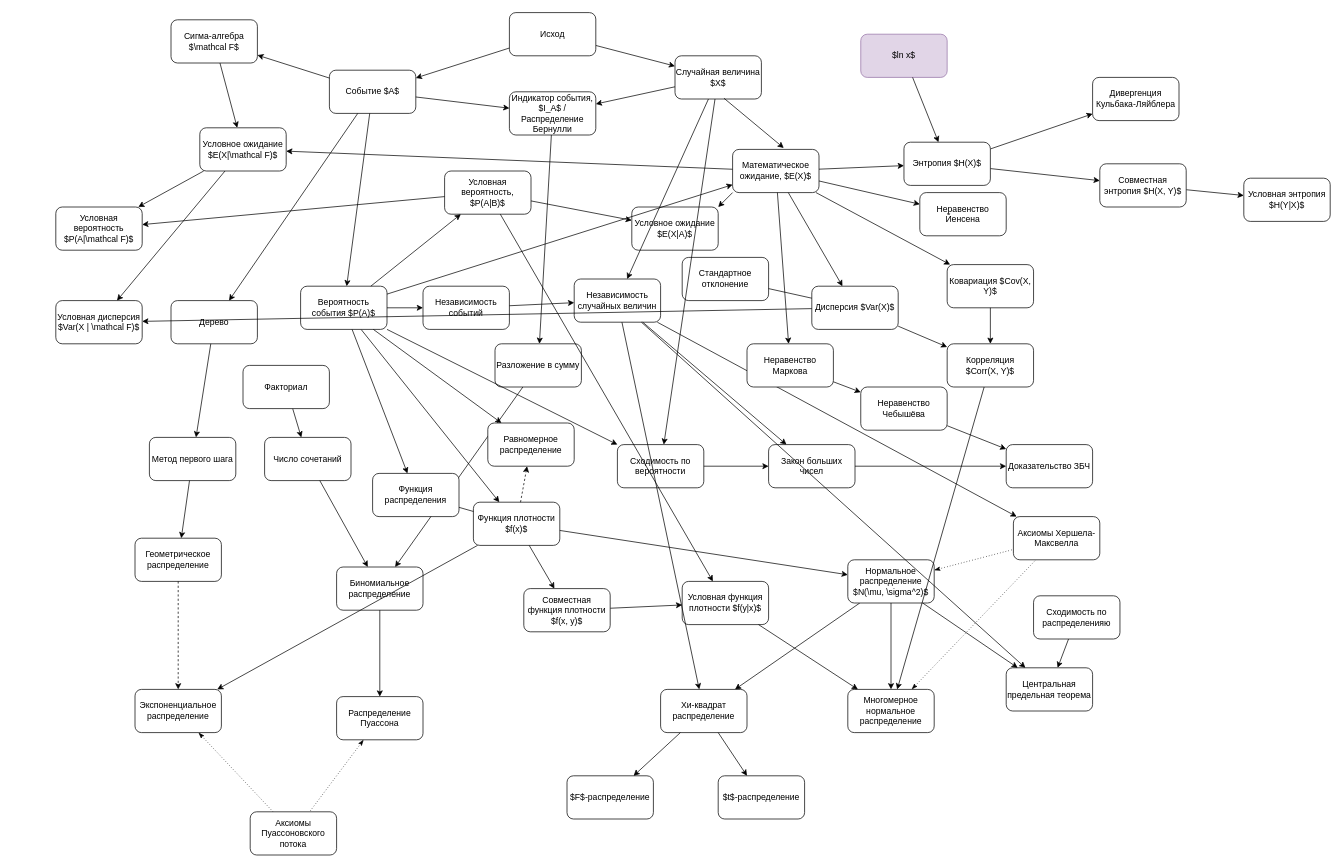
The draw.io diagram probability_map.drawio in bdemeshev/probability_map, before the edit. Source tidied: cells renumbered, new cells numbered last; positions are measured from the earlier drawing's top-left corner, leaving out a move shared by most shapes. Both pictures are drawn from the tidied source at 72%, with x=0, y=0 at pixel (55, 12).
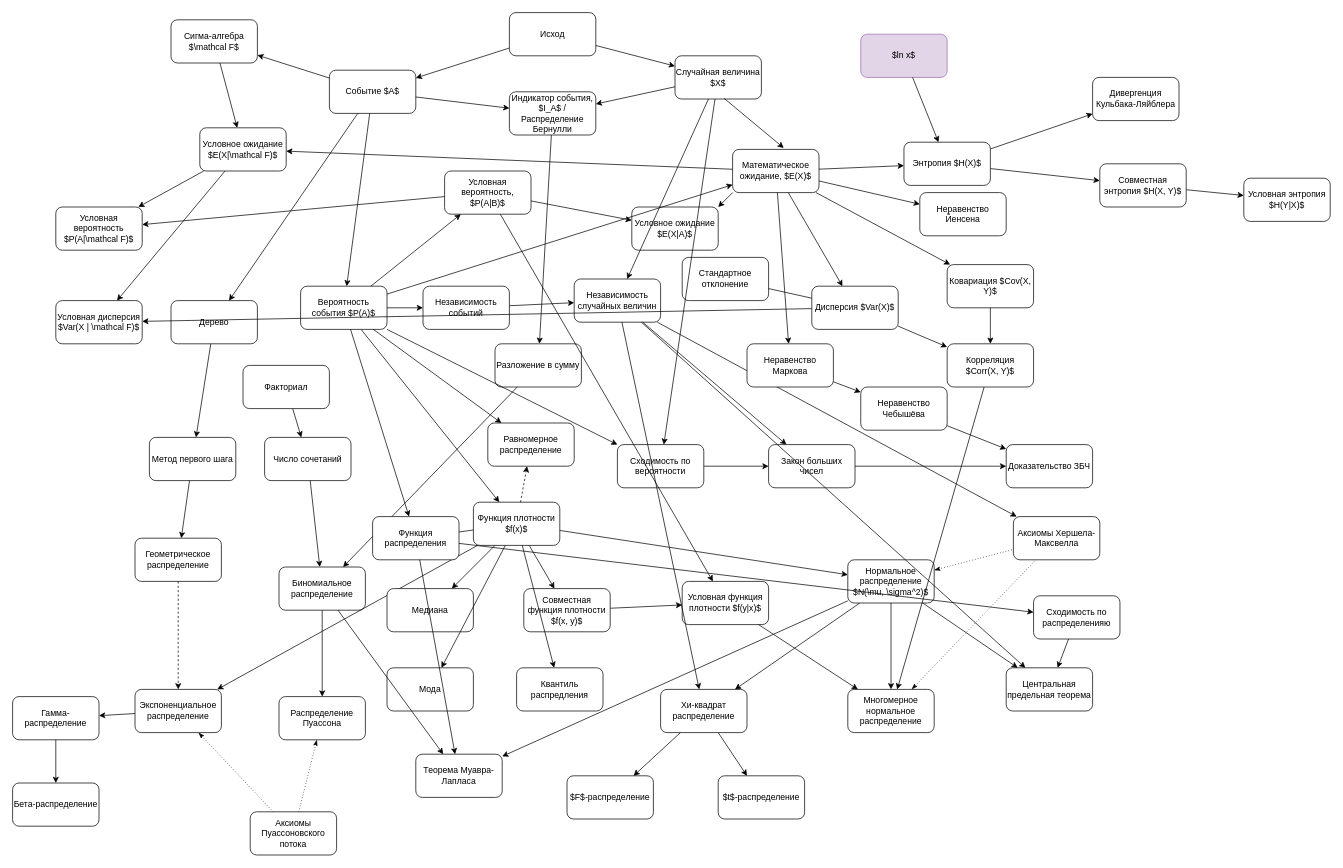
The same diagram, later.

Commit message:
gamma and beta

Unchanged cells that the change refers to:
```xml
<mxCell id="42" value="Функция плотности $f(x)$" style="rounded=1;whiteSpace=wrap;html=1;" parent="1" vertex="1">
  <mxGeometry x="580" y="680" width="120" height="60" as="geometry" />
</mxCell>
<mxCell id="52" value="Нормальное распределение $N(\mu, \sigma^2)$" style="rounded=1;whiteSpace=wrap;html=1;" parent="1" vertex="1">
  <mxGeometry x="1100" y="760" width="120" height="60" as="geometry" />
</mxCell>
<mxCell id="86" value="Экспоненциальное распределение" style="rounded=1;whiteSpace=wrap;html=1;" parent="1" vertex="1">
  <mxGeometry x="110" y="940" width="120" height="60" as="geometry" />
</mxCell>
<mxCell id="120" value="Сходимость по распределенияю" style="rounded=1;whiteSpace=wrap;html=1;" parent="1" vertex="1">
  <mxGeometry x="1358" y="810" width="120" height="60" as="geometry" />
</mxCell>
```

Change to the diagram source:
```diff
@@
     <mxCell id="80" value="Биномиальное распределение" style="rounded=1;whiteSpace=wrap;html=1;" parent="1" vertex="1">
-      <mxGeometry x="390" y="770" width="120" height="60" as="geometry" />
+      <mxGeometry x="310" y="770" width="120" height="60" as="geometry" />
     </mxCell>
@@
     <mxCell id="82" value="Распределение Пуассона" style="rounded=1;whiteSpace=wrap;html=1;" parent="1" vertex="1">
-      <mxGeometry x="390" y="950" width="120" height="60" as="geometry" />
+      <mxGeometry x="310" y="950" width="120" height="60" as="geometry" />
     </mxCell>
@@
     <mxCell id="124" value="Функция распределения" style="rounded=1;whiteSpace=wrap;html=1;" parent="1" vertex="1">
-      <mxGeometry x="440" y="640" width="120" height="60" as="geometry" />
+      <mxGeometry x="440" y="700" width="120" height="60" as="geometry" />
     </mxCell>
@@
+    <mxCell id="127" value="Квантиль распредления" style="rounded=1;whiteSpace=wrap;html=1;" parent="1" vertex="1">
+      <mxGeometry x="640" y="910" width="120" height="60" as="geometry" />
+    </mxCell>
+    <mxCell id="128" value="Медиана" style="rounded=1;whiteSpace=wrap;html=1;" parent="1" vertex="1">
+      <mxGeometry x="460" y="800" width="120" height="60" as="geometry" />
+    </mxCell>
+    <mxCell id="129" value="Мода" style="rounded=1;whiteSpace=wrap;html=1;" parent="1" vertex="1">
+      <mxGeometry x="460" y="910" width="120" height="60" as="geometry" />
+    </mxCell>
+    <mxCell id="130" style="endArrow=classic;html=1;" parent="1" edge="1" source="42" target="128">
+      <mxGeometry relative="1" as="geometry" />
+    </mxCell>
+    <mxCell id="131" style="endArrow=classic;html=1;" parent="1" edge="1" source="42" target="129">
+      <mxGeometry relative="1" as="geometry" />
+    </mxCell>
+    <mxCell id="132" style="endArrow=classic;html=1;" parent="1" edge="1" source="42" target="127">
+      <mxGeometry relative="1" as="geometry" />
+    </mxCell>
+    <mxCell id="133" style="endArrow=classic;html=1;" parent="1" edge="1" source="124" target="120">
+      <mxGeometry relative="1" as="geometry" />
+    </mxCell>
+    <mxCell id="134" value="Теорема Муавра-Лапласа" style="rounded=1;whiteSpace=wrap;html=1;" parent="1" vertex="1">
+      <mxGeometry x="500" y="1030" width="120" height="60" as="geometry" />
+    </mxCell>
+    <mxCell id="135" style="endArrow=classic;html=1;" parent="1" edge="1" source="80" target="134">
+      <mxGeometry relative="1" as="geometry" />
+    </mxCell>
+    <mxCell id="136" style="endArrow=classic;html=1;" parent="1" edge="1" source="124" target="134">
+      <mxGeometry relative="1" as="geometry" />
+    </mxCell>
+    <mxCell id="137" style="endArrow=classic;html=1;" parent="1" edge="1" source="52" target="134">
+      <mxGeometry relative="1" as="geometry" />
+    </mxCell>
+    <mxCell id="138" style="endArrow=classic;html=1;" parent="1" edge="1" source="86" target="139">
+      <mxGeometry relative="1" as="geometry" />
+    </mxCell>
+    <mxCell id="139" value="Гамма-распределение" style="rounded=1;whiteSpace=wrap;html=1;" parent="1" vertex="1">
+      <mxGeometry x="-60" y="950" width="120" height="60" as="geometry" />
+    </mxCell>
+    <mxCell id="140" style="endArrow=classic;html=1;" parent="1" edge="1" source="139" target="141">
+      <mxGeometry relative="1" as="geometry" />
+    </mxCell>
+    <mxCell id="141" value="Бета-распределение" style="rounded=1;whiteSpace=wrap;html=1;" parent="1" vertex="1">
+      <mxGeometry x="-60" y="1070" width="120" height="60" as="geometry" />
+    </mxCell>
```
